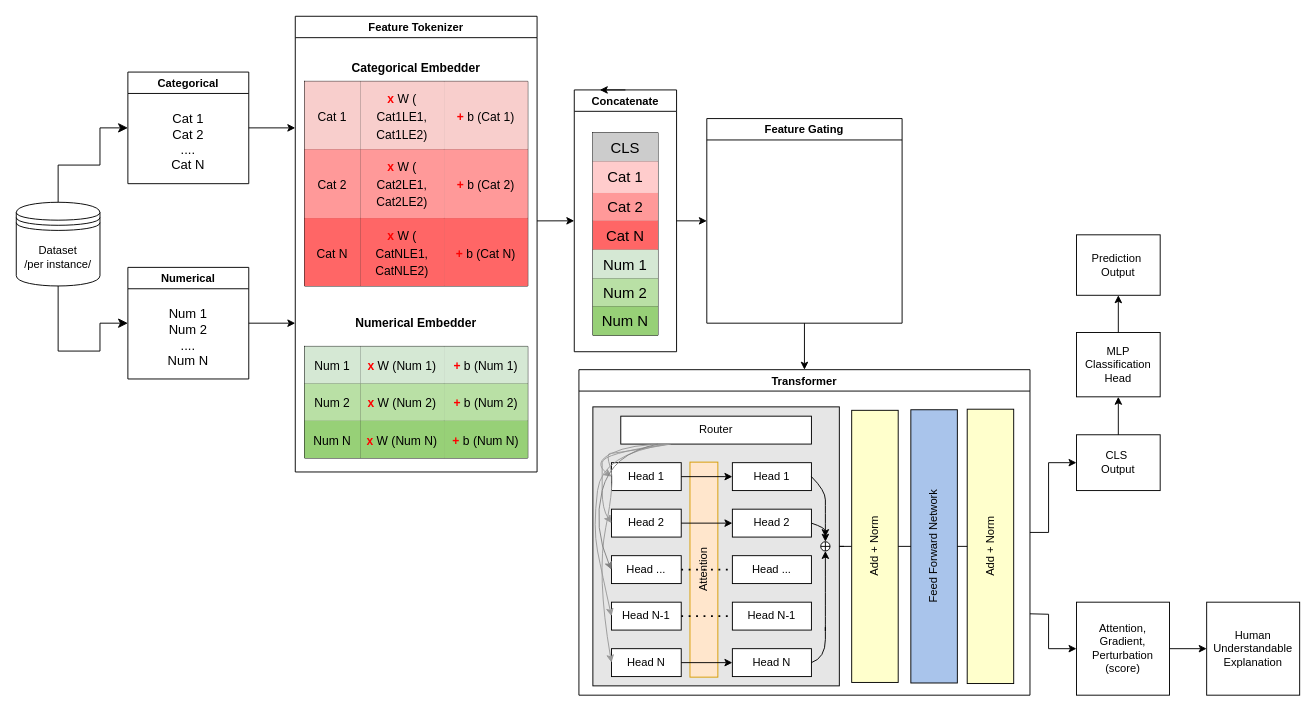
This is Experiments/Untitled Diagram.drawio from zayast/msc_thesis, a draw.io file, before an edit. Source tidied: cells renumbered, new cells numbered last; positions are measured from the earlier drawing's top-left corner, leaving out a move shared by most shapes. Both pictures are drawn from the tidied source at 93%, with x=0, y=0 at pixel (16, 16).
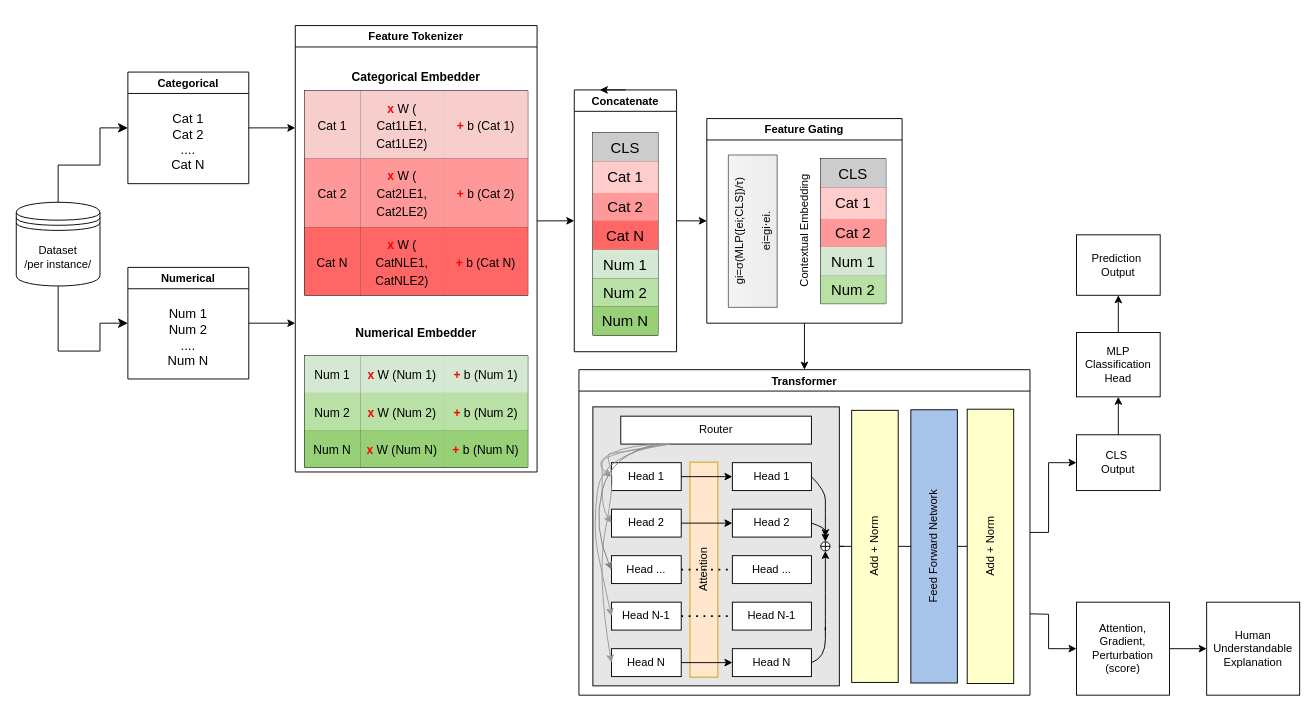
After the change.

Unchanged cells that the change refers to:
```xml
<mxCell id="27" value="Feature Gating" style="swimlane;" parent="1" vertex="1">
  <mxGeometry x="742.5" y="110" width="210" height="220" as="geometry" />
</mxCell>
```

Change to the diagram source:
```diff
@@
+    <mxCell id="106" style="shape=table;startSize=0;childLayout=tableLayout;whiteSpace=wrap;" parent="27" vertex="1">
+      <mxGeometry x="122.5" y="43" width="70" height="156" as="geometry" />
+    </mxCell>
+    <mxCell id="107" style="shape=tableRow;horizontal=0;startSize=0;swimlaneHead=0;swimlaneBody=0;strokeColor=inherit;top=0;left=0;bottom=0;right=0;fillColor=none;fontSize=16;" parent="106" vertex="1">
+      <mxGeometry width="70" height="31" as="geometry" />
+    </mxCell>
+    <mxCell id="108" value="CLS" style="shape=partialRectangle;html=1;whiteSpace=wrap;strokeColor=inherit;overflow=hidden;fillColor=#CCCCCC;top=0;left=0;bottom=0;right=0;fontSize=16;" parent="107" vertex="1">
+      <mxGeometry width="70" height="31" as="geometry" />
+    </mxCell>
+    <mxCell id="109" style="shape=tableRow;horizontal=0;startSize=0;swimlaneHead=0;swimlaneBody=0;strokeColor=inherit;top=0;left=0;bottom=0;right=0;fillColor=none;fontSize=16;" parent="106" vertex="1">
+      <mxGeometry y="31" width="70" height="34" as="geometry" />
+    </mxCell>
+    <mxCell id="110" value="Cat 1" style="shape=partialRectangle;html=1;whiteSpace=wrap;strokeColor=inherit;overflow=hidden;fillColor=#FFCCCC;top=0;left=0;bottom=0;right=0;fontSize=16;" parent="109" vertex="1">
+      <mxGeometry width="70" height="34" as="geometry" />
+    </mxCell>
+    <mxCell id="111" style="shape=tableRow;horizontal=0;startSize=0;swimlaneHead=0;swimlaneBody=0;strokeColor=inherit;top=0;left=0;bottom=0;right=0;fillColor=none;fontSize=16;" parent="106" vertex="1">
+      <mxGeometry y="65" width="70" height="30" as="geometry" />
+    </mxCell>
+    <mxCell id="112" value="Cat 2" style="shape=partialRectangle;html=1;whiteSpace=wrap;strokeColor=inherit;overflow=hidden;fillColor=#FF9999;top=0;left=0;bottom=0;right=0;fontSize=16;" parent="111" vertex="1">
+      <mxGeometry width="70" height="30" as="geometry" />
+    </mxCell>
+    <mxCell id="113" style="shape=tableRow;horizontal=0;startSize=0;swimlaneHead=0;swimlaneBody=0;strokeColor=inherit;top=0;left=0;bottom=0;right=0;fillColor=none;fontSize=16;" parent="106" vertex="1">
+      <mxGeometry y="95" width="70" height="31" as="geometry" />
+    </mxCell>
+    <mxCell id="114" value="Num 1" style="shape=partialRectangle;html=1;whiteSpace=wrap;strokeColor=inherit;overflow=hidden;fillColor=#D5E8D4;top=0;left=0;bottom=0;right=0;fontSize=16;" parent="113" vertex="1">
+      <mxGeometry width="70" height="31" as="geometry" />
+    </mxCell>
+    <mxCell id="115" style="shape=tableRow;horizontal=0;startSize=0;swimlaneHead=0;swimlaneBody=0;strokeColor=inherit;top=0;left=0;bottom=0;right=0;fillColor=none;fontSize=16;" parent="106" vertex="1">
+      <mxGeometry y="126" width="70" height="30" as="geometry" />
+    </mxCell>
+    <mxCell id="116" value="Num 2" style="shape=partialRectangle;html=1;whiteSpace=wrap;strokeColor=inherit;overflow=hidden;fillColor=#B9E0A5;top=0;left=0;bottom=0;right=0;fontSize=16;" parent="115" vertex="1">
+      <mxGeometry width="70" height="30" as="geometry" />
+    </mxCell>
+    <mxCell id="117" value="Contextual Embedding" style="text;html=1;whiteSpace=wrap;strokeColor=none;fillColor=none;align=center;verticalAlign=middle;rounded=0;rotation=-90;" parent="27" vertex="1">
+      <mxGeometry x="10" y="106" width="190" height="30" as="geometry" />
+    </mxCell>
+    <mxCell id="118" value="&lt;span class=&quot;base&quot;&gt;&lt;span class=&quot;mord&quot;&gt;&lt;span class=&quot;mord mathnormal&quot;&gt;g&lt;/span&gt;&lt;span class=&quot;msupsub&quot;&gt;&lt;span class=&quot;vlist-t vlist-t2&quot;&gt;&lt;span class=&quot;vlist-r&quot;&gt;&lt;span class=&quot;vlist&quot;&gt;&lt;span class=&quot;pstrut&quot;&gt;&lt;/span&gt;&lt;span class=&quot;sizing reset-size6 size3 mtight&quot;&gt;&lt;span class=&quot;mord mathnormal mtight&quot;&gt;i&lt;/span&gt;&lt;/span&gt;&lt;/span&gt;&lt;span class=&quot;vlist-s&quot;&gt;&lt;/span&gt;&lt;/span&gt;&lt;span class=&quot;vlist-r&quot;&gt;&lt;span class=&quot;vlist&quot;&gt;&lt;/span&gt;&lt;/span&gt;&lt;/span&gt;&lt;/span&gt;&lt;/span&gt;&lt;span class=&quot;mspace&quot;&gt;&lt;/span&gt;&lt;span class=&quot;mrel&quot;&gt;=&lt;/span&gt;&lt;span class=&quot;mspace&quot;&gt;&lt;/span&gt;&lt;/span&gt;&lt;span class=&quot;base&quot;&gt;&lt;span class=&quot;strut&quot;&gt;&lt;/span&gt;&lt;span class=&quot;mord mathnormal&quot;&gt;σ&lt;/span&gt;&lt;span class=&quot;mspace&quot;&gt;&lt;/span&gt;&lt;span class=&quot;minner&quot;&gt;&lt;span class=&quot;mopen delimcenter&quot;&gt;(&lt;/span&gt;&lt;span class=&quot;mord text&quot;&gt;&lt;span class=&quot;mord&quot;&gt;MLP&lt;/span&gt;&lt;/span&gt;&lt;span class=&quot;mopen&quot;&gt;([&lt;/span&gt;&lt;span class=&quot;mord&quot;&gt;&lt;span class=&quot;mord mathnormal&quot;&gt;e&lt;/span&gt;&lt;span class=&quot;msupsub&quot;&gt;&lt;span class=&quot;vlist-t vlist-t2&quot;&gt;&lt;span class=&quot;vlist-r&quot;&gt;&lt;span class=&quot;vlist&quot;&gt;&lt;span class=&quot;pstrut&quot;&gt;&lt;/span&gt;&lt;span class=&quot;sizing reset-size6 size3 mtight&quot;&gt;&lt;span class=&quot;mord mathnormal mtight&quot;&gt;i&lt;/span&gt;&lt;/span&gt;&lt;/span&gt;&lt;span class=&quot;vlist-s&quot;&gt;&lt;/span&gt;&lt;/span&gt;&lt;span class=&quot;vlist-r&quot;&gt;&lt;span class=&quot;vlist&quot;&gt;&lt;/span&gt;&lt;/span&gt;&lt;/span&gt;&lt;/span&gt;&lt;/span&gt;&lt;span class=&quot;mpunct&quot;&gt;;&lt;/span&gt;&lt;span class=&quot;mspace&quot;&gt;&lt;/span&gt;&lt;span class=&quot;mord text&quot;&gt;&lt;span class=&quot;mord&quot;&gt;CLS&lt;/span&gt;&lt;/span&gt;&lt;span class=&quot;mclose&quot;&gt;])&lt;/span&gt;&lt;span class=&quot;mord&quot;&gt;/&lt;/span&gt;&lt;span class=&quot;mord mathnormal&quot;&gt;τ&lt;/span&gt;&lt;span class=&quot;mclose delimcenter&quot;&gt;)&lt;/span&gt;&lt;/span&gt;&lt;/span&gt;&lt;div&gt;&lt;span class=&quot;base&quot;&gt;&lt;span class=&quot;minner&quot;&gt;&lt;span class=&quot;mclose delimcenter&quot;&gt;&lt;br&gt;&lt;/span&gt;&lt;/span&gt;&lt;/span&gt;&lt;/div&gt;&lt;div&gt;&lt;span class=&quot;base&quot;&gt;&lt;span class=&quot;minner&quot;&gt;&lt;span class=&quot;mclose delimcenter&quot;&gt;&lt;span class=&quot;base&quot;&gt;&lt;span class=&quot;mord&quot;&gt;&lt;span class=&quot;msupsub&quot;&gt;&lt;span class=&quot;vlist-t vlist-t2&quot;&gt;&lt;span class=&quot;vlist-r&quot;&gt;&lt;span class=&quot;vlist&quot;&gt;&lt;span class=&quot;sizing reset-size6 size3 mtight&quot;&gt;&lt;span class=&quot;mord mathnormal mtight&quot;&gt;ei&lt;/span&gt;&lt;/span&gt;&lt;/span&gt;&lt;span class=&quot;vlist-s&quot;&gt;&lt;/span&gt;&lt;/span&gt;&lt;span class=&quot;vlist-r&quot;&gt;&lt;span class=&quot;vlist&quot;&gt;&lt;/span&gt;&lt;/span&gt;&lt;/span&gt;&lt;/span&gt;&lt;/span&gt;&lt;span class=&quot;mspace&quot;&gt;&lt;/span&gt;&lt;span class=&quot;mrel&quot;&gt;=&lt;/span&gt;&lt;span class=&quot;mspace&quot;&gt;&lt;/span&gt;&lt;/span&gt;&lt;span class=&quot;base&quot;&gt;&lt;span class=&quot;strut&quot;&gt;&lt;/span&gt;&lt;span class=&quot;mord&quot;&gt;&lt;span class=&quot;mord mathnormal&quot;&gt;g&lt;/span&gt;&lt;span class=&quot;msupsub&quot;&gt;&lt;span class=&quot;vlist-t vlist-t2&quot;&gt;&lt;span class=&quot;vlist-r&quot;&gt;&lt;span class=&quot;vlist&quot;&gt;&lt;span class=&quot;pstrut&quot;&gt;&lt;/span&gt;&lt;span class=&quot;sizing reset-size6 size3 mtight&quot;&gt;&lt;span class=&quot;mord mathnormal mtight&quot;&gt;i&lt;/span&gt;&lt;/span&gt;&lt;/span&gt;&lt;span class=&quot;vlist-s&quot;&gt;&lt;/span&gt;&lt;/span&gt;&lt;span class=&quot;vlist-r&quot;&gt;&lt;span class=&quot;vlist&quot;&gt;&lt;/span&gt;&lt;/span&gt;&lt;/span&gt;&lt;/span&gt;&lt;/span&gt;&lt;span class=&quot;mspace&quot;&gt;&lt;/span&gt;&lt;span class=&quot;mbin&quot;&gt;⋅&lt;/span&gt;&lt;span class=&quot;mspace&quot;&gt;&lt;/span&gt;&lt;/span&gt;&lt;span class=&quot;base&quot;&gt;&lt;span class=&quot;strut&quot;&gt;&lt;/span&gt;&lt;span class=&quot;mord&quot;&gt;&lt;span class=&quot;mord mathnormal&quot;&gt;e&lt;/span&gt;&lt;span class=&quot;msupsub&quot;&gt;&lt;span class=&quot;vlist-t vlist-t2&quot;&gt;&lt;span class=&quot;vlist-r&quot;&gt;&lt;span class=&quot;vlist&quot;&gt;&lt;span class=&quot;pstrut&quot;&gt;&lt;/span&gt;&lt;span class=&quot;sizing reset-size6 size3 mtight&quot;&gt;&lt;span class=&quot;mord mathnormal mtight&quot;&gt;i&lt;/span&gt;&lt;/span&gt;&lt;/span&gt;&lt;span class=&quot;vlist-s&quot;&gt;&lt;/span&gt;&lt;/span&gt;&lt;span class=&quot;vlist-r&quot;&gt;&lt;span class=&quot;vlist&quot;&gt;&lt;/span&gt;&lt;/span&gt;&lt;/span&gt;&lt;/span&gt;&lt;/span&gt;&lt;span class=&quot;mord&quot;&gt;.&lt;/span&gt;&lt;/span&gt;&lt;/span&gt;&lt;/span&gt;&lt;/span&gt;&lt;/div&gt;" style="text;html=1;whiteSpace=wrap;fillColor=#f5f5f5;align=center;verticalAlign=middle;rounded=0;rotation=-90;strokeColor=#666666;gradientColor=#EBEBEB;" parent="27" vertex="1">
+      <mxGeometry x="-32.5" y="94.8" width="163.8" height="52.5" as="geometry" />
+    </mxCell>
@@
     <mxCell id="70" value="Feature Tokenizer" style="swimlane;startSize=23;" parent="1" vertex="1">
-      <mxGeometry x="300" width="260" height="490" as="geometry" />
+      <mxGeometry x="300" y="10" width="260" height="480" as="geometry" />
     </mxCell>
```
